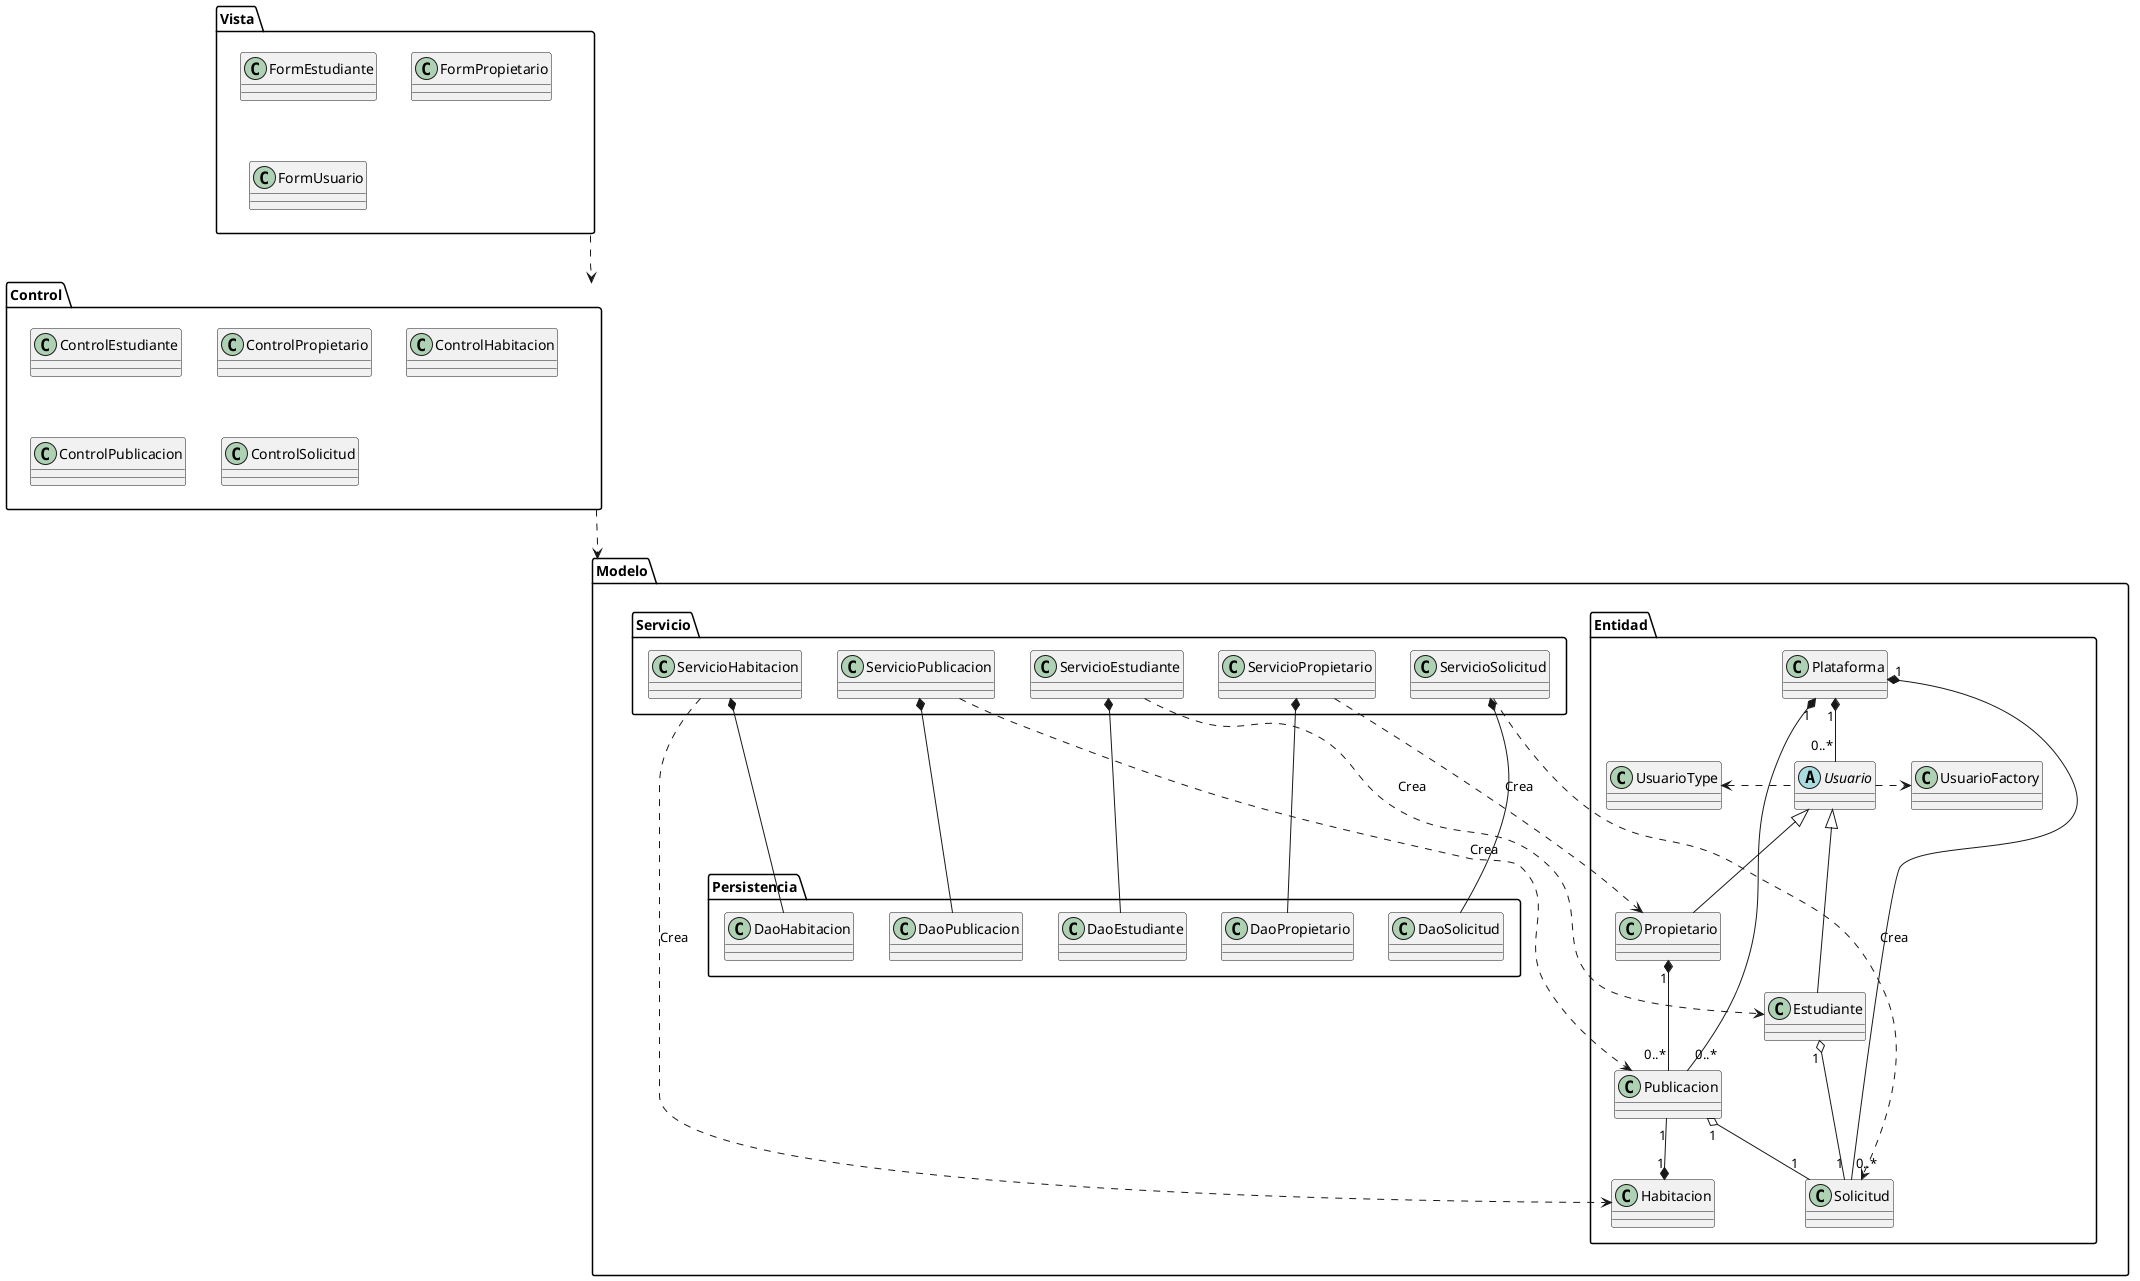
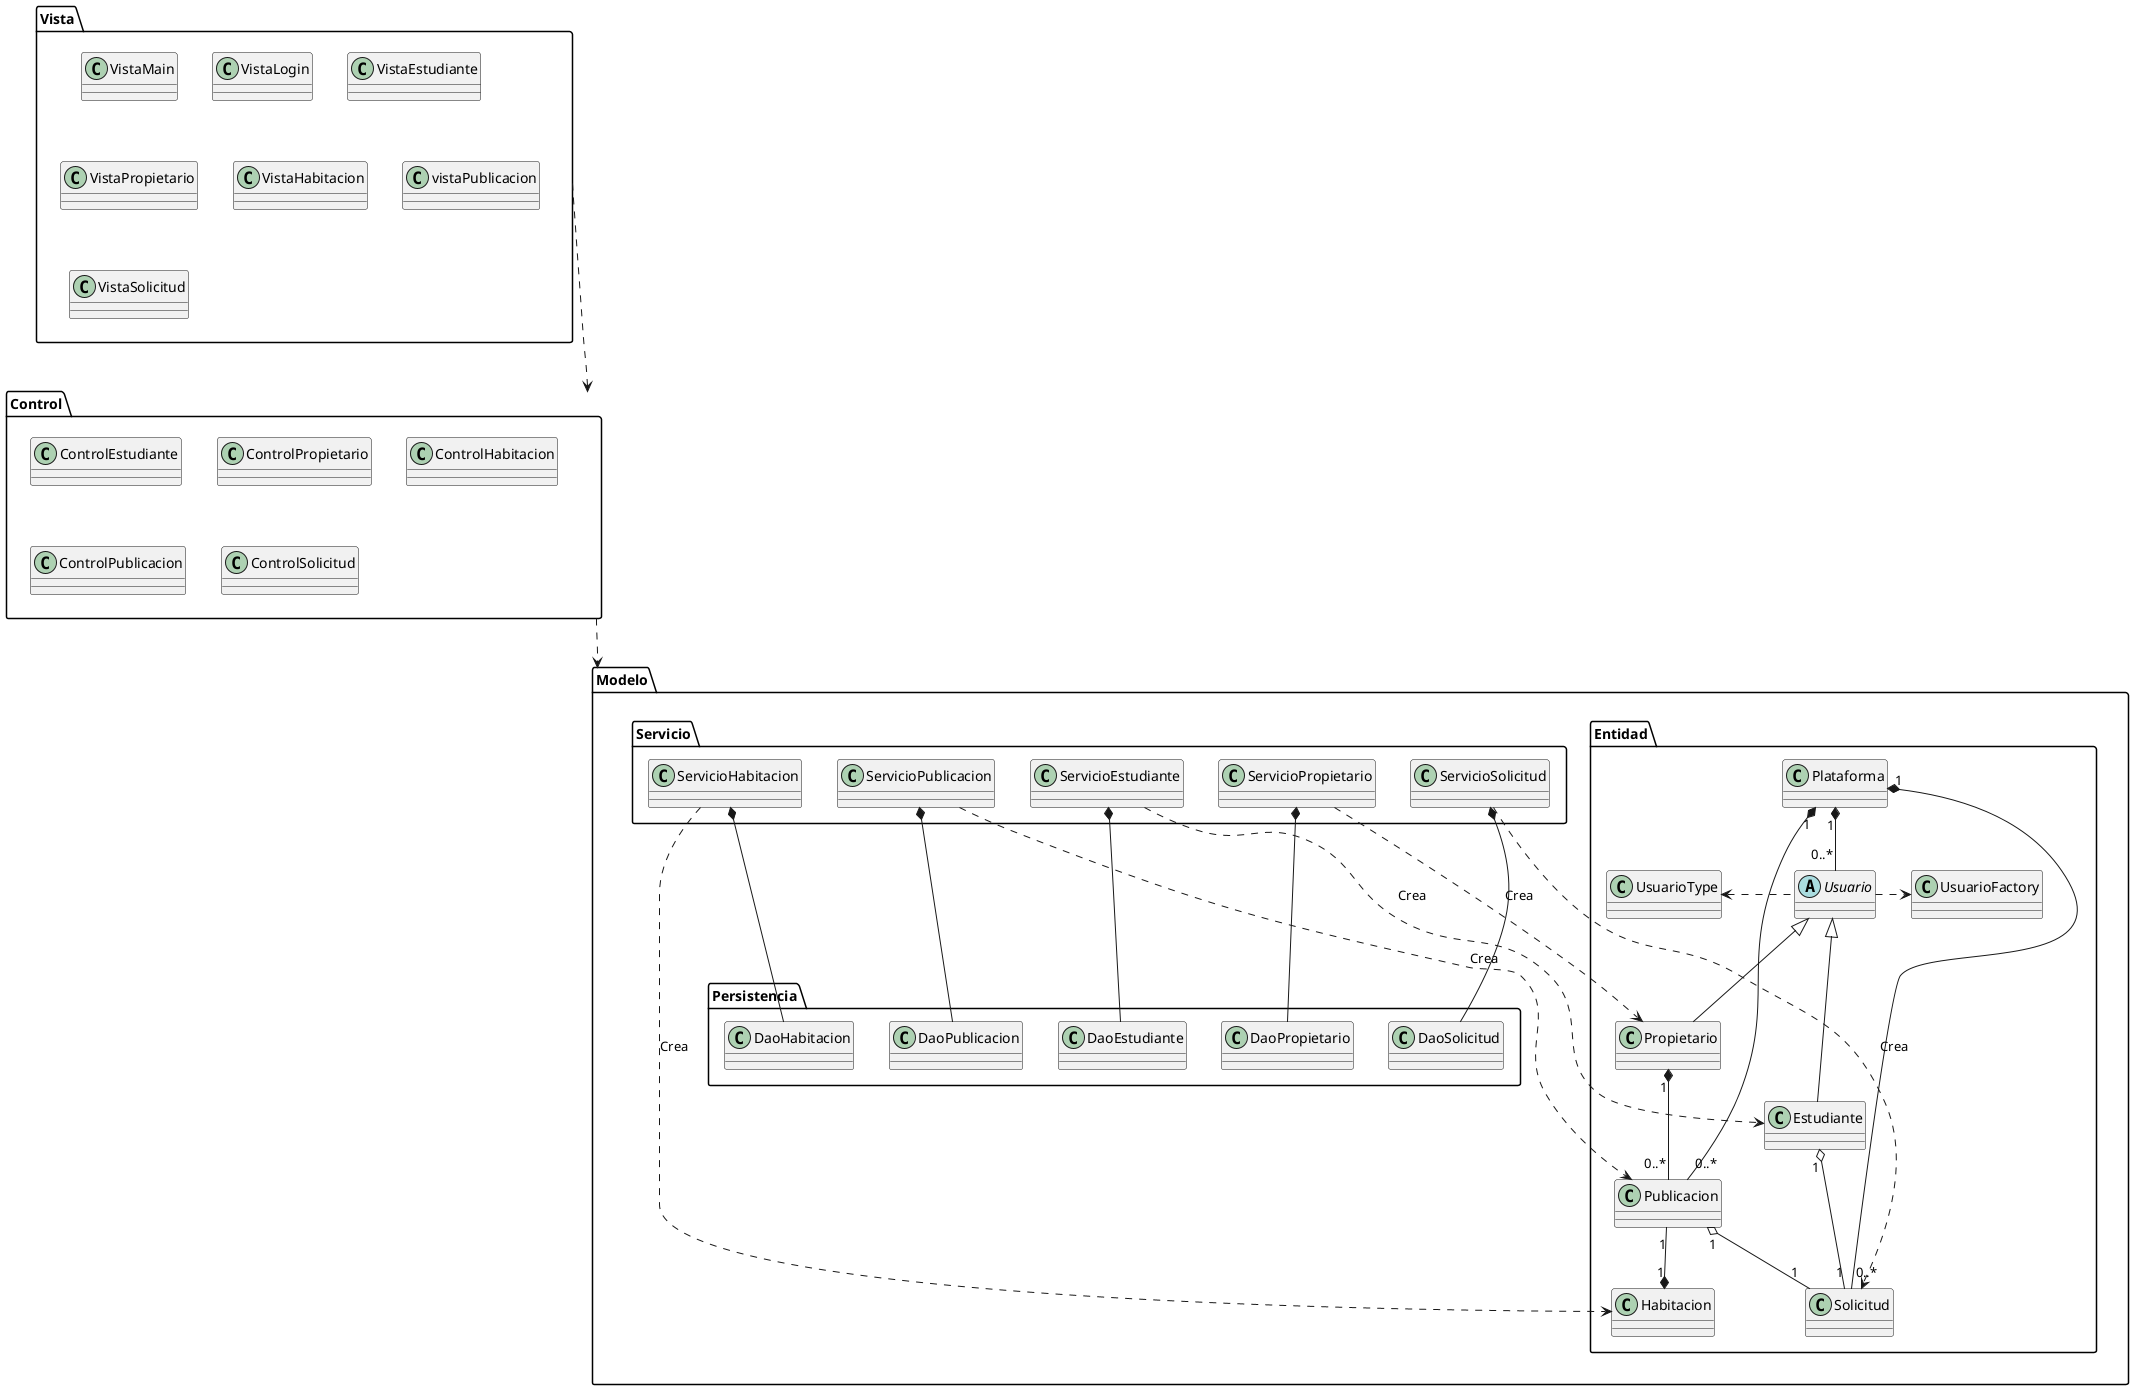
@startuml

  package Vista{

-     class FormEstudiante
-     class FormPropietario
-     class FormUsuario
+     class VistaMain
+     class VistaLogin
+     class VistaEstudiante
+     class VistaPropietario
+     class VistaHabitacion
+     class vistaPublicacion
+     class VistaSolicitud

  }

  package Modelo{

    package Entidad{

        abstract Usuario
        class UsuarioFactory
        class UsuarioType
        class Estudiante
        class Propietario
        class Habitacion
        class Plataforma
        class Publicacion
        class Solicitud
    }

    package Servicio{

        class ServicioEstudiante
        class ServicioPropietario
        class ServicioHabitacion
        class ServicioPublicacion
        class ServicioSolicitud

    }

    package Persistencia{

        class DaoEstudiante
        class DaoPropietario
        class DaoHabitacion
        class DaoPublicacion
        class DaoSolicitud

    }

}

  package Control{

        class ControlEstudiante
        class ControlPropietario
        class ControlHabitacion
        class ControlPublicacion
        class ControlSolicitud

  }

-     Vista ...> Control
+     Vista ....> Control
    Control ...> Modelo

    '======================

    Usuario <|-- Estudiante

    Usuario <|-- Propietario

    '======================

    Usuario .right.> UsuarioFactory

    Usuario .left.> UsuarioType

    '======================

    Propietario "1" *-- "0..*" Publicacion

    Publicacion "1" --* "1" Habitacion

    Plataforma "1" *-- "0..*" Usuario

    Plataforma "1" *-- "0..*" Solicitud

    Plataforma "1" *-- "0..*" Publicacion

    Estudiante "1" o-- "1" Solicitud

    Publicacion "1" o-- "1" Solicitud

    '======================

    ServicioEstudiante *--- DaoEstudiante

    ServicioEstudiante ...> Estudiante : "Crea"

    ServicioPropietario *--- DaoPropietario

    ServicioPropietario ...> Propietario : "Crea"

    ServicioHabitacion *--- DaoHabitacion

    ServicioHabitacion ...> Habitacion : "Crea"

    ServicioPublicacion *--- DaoPublicacion

    ServicioPublicacion ...> Publicacion : "Crea"

    ServicioSolicitud *--- DaoSolicitud

    ServicioSolicitud ...> Solicitud : "Crea"

@enduml